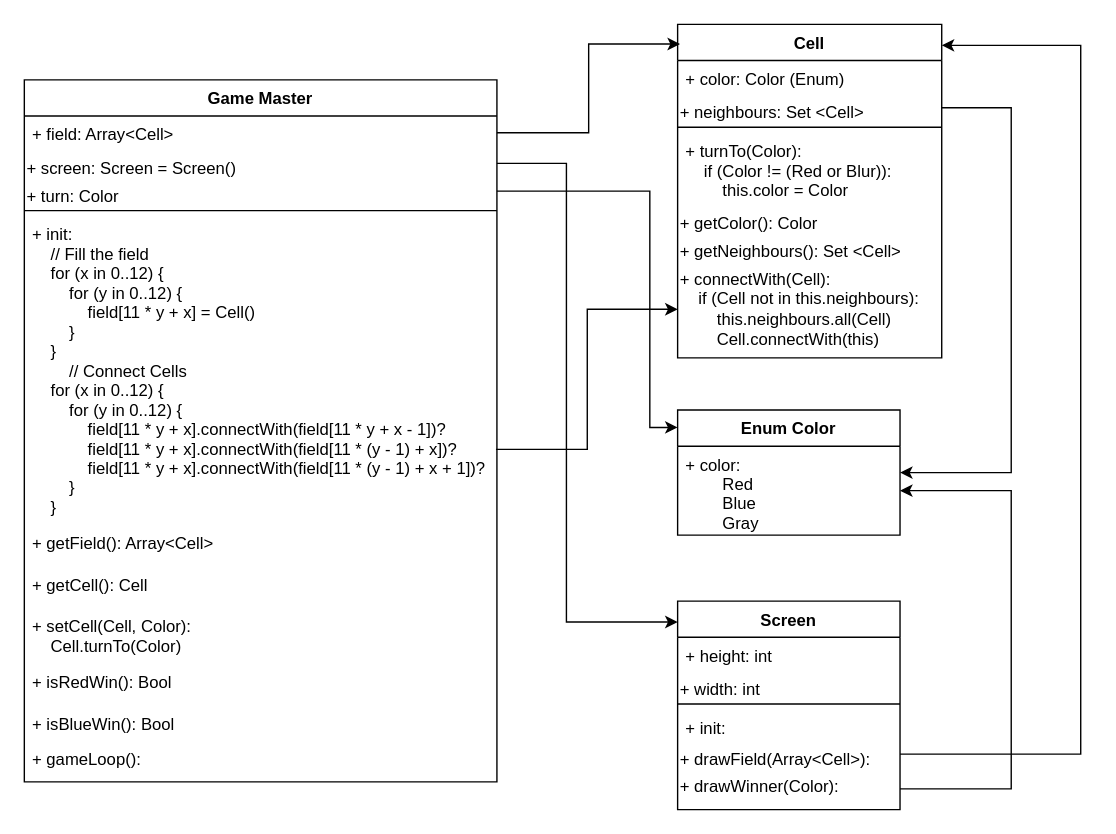
Before: Untitled Diagram.drawio in AbdullinAM/algorithms-project-2022, a draw.io diagram. Source tidied: cells renumbered, new cells numbered last; positions are measured from the earlier drawing's top-left corner, leaving out a move shared by most shapes. Both pictures are drawn from the tidied source at 139%, with x=0, y=0 at pixel (24, 24).
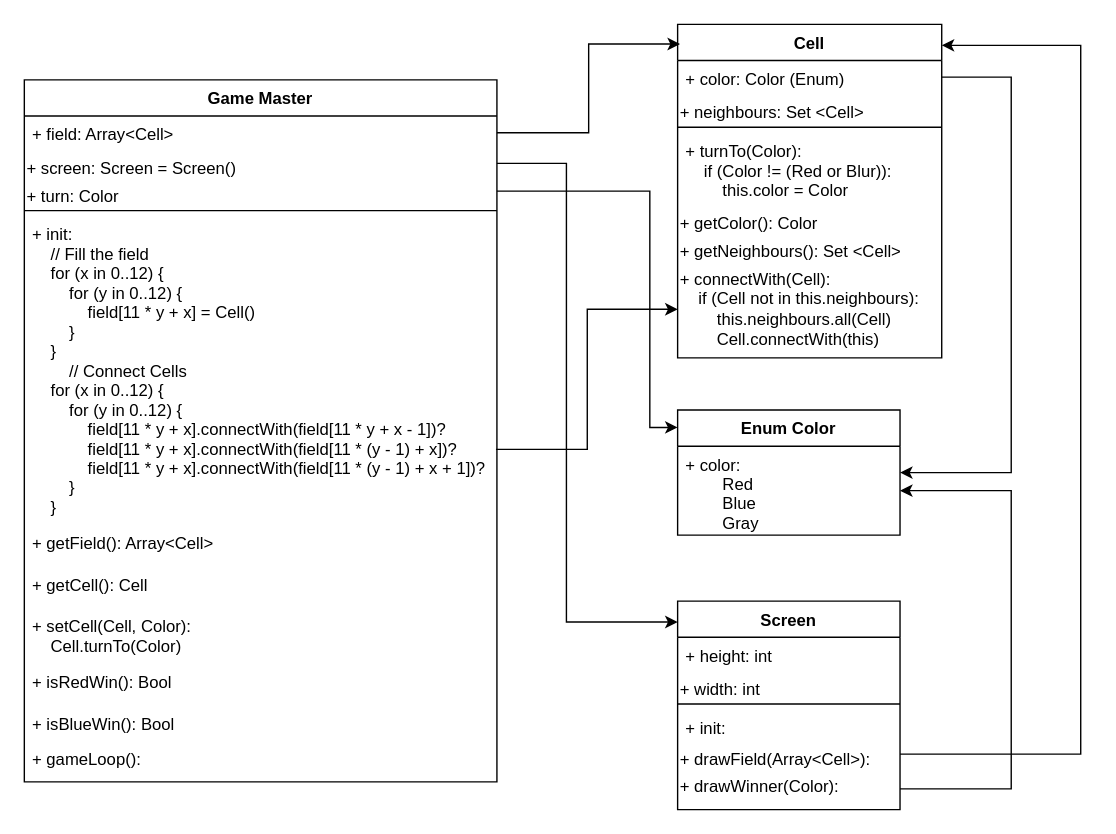
The same page after the edit.

Unchanged cells that the change refers to:
```xml
<mxCell id="15" value="+ color: Color (Enum)" style="text;strokeColor=none;fillColor=none;align=left;verticalAlign=top;spacingLeft=4;spacingRight=4;overflow=hidden;points=[[0,0.5],[1,0.5]];portConstraint=eastwest;" parent="14" vertex="1">
  <mxGeometry y="26" width="190" height="24" as="geometry" />
</mxCell>
<mxCell id="16" value="+ neighbours: Set &amp;lt;Cell&amp;gt;" style="text;whiteSpace=wrap;html=1;" parent="14" vertex="1">
  <mxGeometry y="50" width="190" height="20" as="geometry" />
</mxCell>
<mxCell id="22" value="Enum Color" style="swimlane;fontStyle=1;align=center;verticalAlign=top;horizontal=1;startSize=26;" parent="1" vertex="1">
  <mxGeometry x="470" y="277.5" width="160" height="90" as="geometry" />
</mxCell>
```

The edit, as a diff of the source:
```diff
@@
-    <mxCell id="33" style="edgeStyle=elbowEdgeStyle;rounded=0;jettySize=auto;html=1;" parent="1" edge="1" source="16" target="22">
+    <mxCell id="33" style="edgeStyle=elbowEdgeStyle;rounded=0;jettySize=auto;html=1;exitX=1;exitY=0.5;exitDx=0;exitDy=0;" parent="1" edge="1" source="15" target="22">
       <mxGeometry relative="1" as="geometry">
         <Array as="points">
           <mxPoint x="710" y="190" />
         </Array>
       </mxGeometry>
     </mxCell>
```
